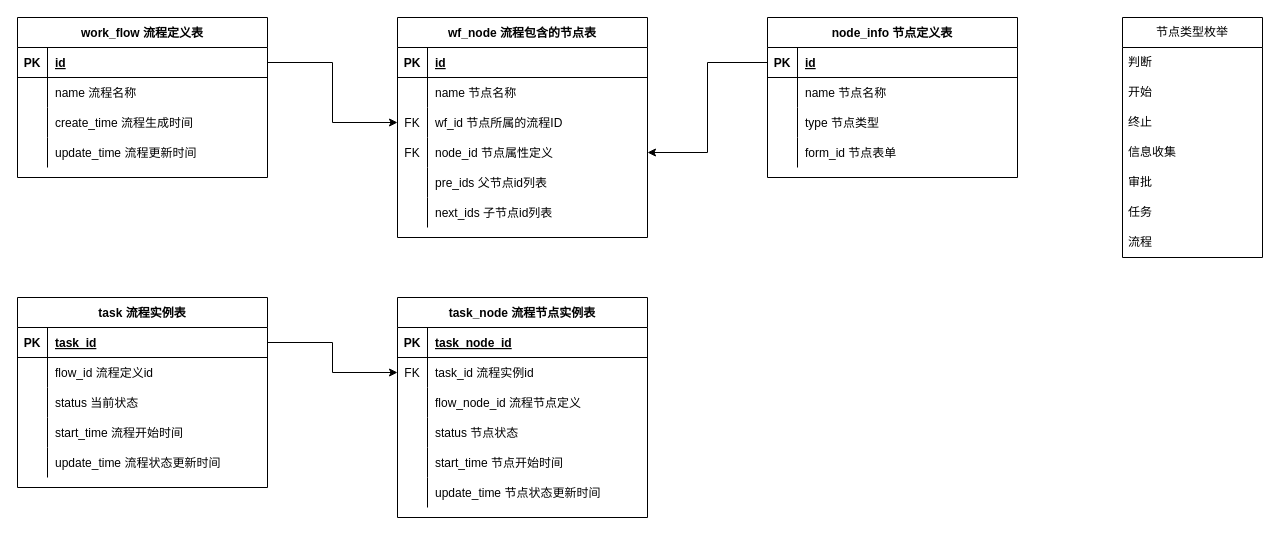
tianmo/workflow keeps this draw.io diagram as 表结构设计.drawio. Above is the earlier version. Source tidied: cells renumbered, new cells numbered last; positions are measured from the earlier drawing's top-left corner, leaving out a move shared by most shapes. Both pictures are drawn from the tidied source at 100%, with x=0, y=0 at pixel (17, 17).
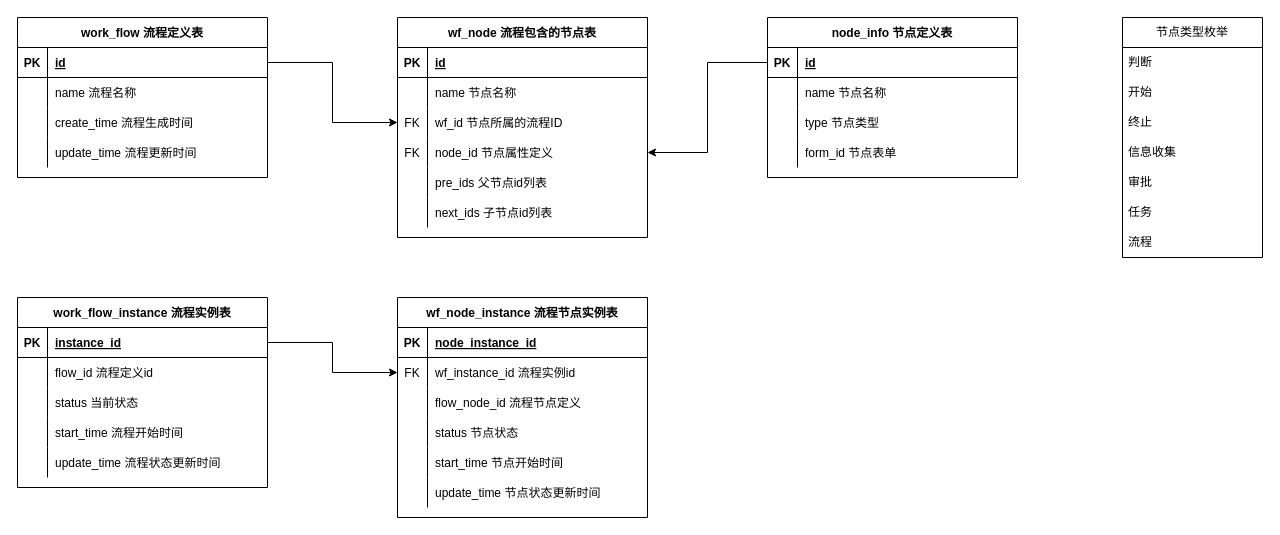
The same page after the edit.

Commit message:
更新表结构设计.drawio

Unchanged cells that the change refers to:
```xml
<mxCell id="58" style="shape=partialRectangle;fillColor=none;points=[[0,0.5],[1,0.5]];portConstraint=eastwest;top=0;left=0;right=0;bottom=1;" parent="57" vertex="1">
  <mxGeometry y="30" width="250" height="30" as="geometry" />
</mxCell>
<mxCell id="74" style="shape=partialRectangle;fillColor=none;top=0;left=0;right=0;bottom=1;" parent="73" vertex="1">
  <mxGeometry y="30" width="250" height="30" as="geometry" />
</mxCell>
<mxCell id="77" style="shape=partialRectangle;fillColor=none;points=[[0,0.5],[1,0.5]];portConstraint=eastwest;top=0;left=0;right=0;bottom=0;" parent="73" vertex="1">
  <mxGeometry y="60" width="250" height="30" as="geometry" />
</mxCell>
```

Change to the diagram source:
```diff
@@
-    <mxCell id="57" value="task 流程实例表" style="shape=table;startSize=30;childLayout=tableLayout;rowLines=0;fontStyle=1;align=center;" parent="1" vertex="1">
+    <mxCell id="57" value="work_flow_instance 流程实例表" style="shape=table;startSize=30;childLayout=tableLayout;rowLines=0;fontStyle=1;align=center;" parent="1" vertex="1">
       <mxGeometry y="280" width="250" height="190" as="geometry" />
     </mxCell>
@@
-    <mxCell id="60" value="task_id" style="shape=partialRectangle;overflow=hidden;fillColor=none;top=0;left=0;bottom=0;right=0;align=left;spacingLeft=6;fontStyle=5;" parent="58" vertex="1">
+    <mxCell id="60" value="instance_id" style="shape=partialRectangle;overflow=hidden;fillColor=none;top=0;left=0;bottom=0;right=0;align=left;spacingLeft=6;fontStyle=5;" parent="58" vertex="1">
       <mxGeometry x="30" width="220" height="30" as="geometry" />
     </mxCell>
@@
-    <mxCell id="73" value="task_node 流程节点实例表" style="shape=table;startSize=30;childLayout=tableLayout;rowLines=0;fontStyle=1;align=center;" parent="1" vertex="1">
+    <mxCell id="73" value="wf_node_instance 流程节点实例表" style="shape=table;startSize=30;childLayout=tableLayout;rowLines=0;fontStyle=1;align=center;" parent="1" vertex="1">
       <mxGeometry x="380" y="280" width="250" height="220" as="geometry" />
     </mxCell>
@@
-    <mxCell id="76" value="task_node_id" style="shape=partialRectangle;overflow=hidden;fillColor=none;top=0;left=0;bottom=0;right=0;align=left;spacingLeft=6;fontStyle=5;" parent="74" vertex="1">
+    <mxCell id="76" value="node_instance_id" style="shape=partialRectangle;overflow=hidden;fillColor=none;top=0;left=0;bottom=0;right=0;align=left;spacingLeft=6;fontStyle=5;" parent="74" vertex="1">
       <mxGeometry x="30" width="220" height="30" as="geometry" />
     </mxCell>
@@
-    <mxCell id="79" value="task_id 流程实例id" style="shape=partialRectangle;overflow=hidden;fillColor=none;top=0;left=0;bottom=0;right=0;align=left;spacingLeft=6;" parent="77" vertex="1">
+    <mxCell id="79" value="wf_instance_id 流程实例id" style="shape=partialRectangle;overflow=hidden;fillColor=none;top=0;left=0;bottom=0;right=0;align=left;spacingLeft=6;" parent="77" vertex="1">
       <mxGeometry x="30" width="220" height="30" as="geometry" />
     </mxCell>
```
